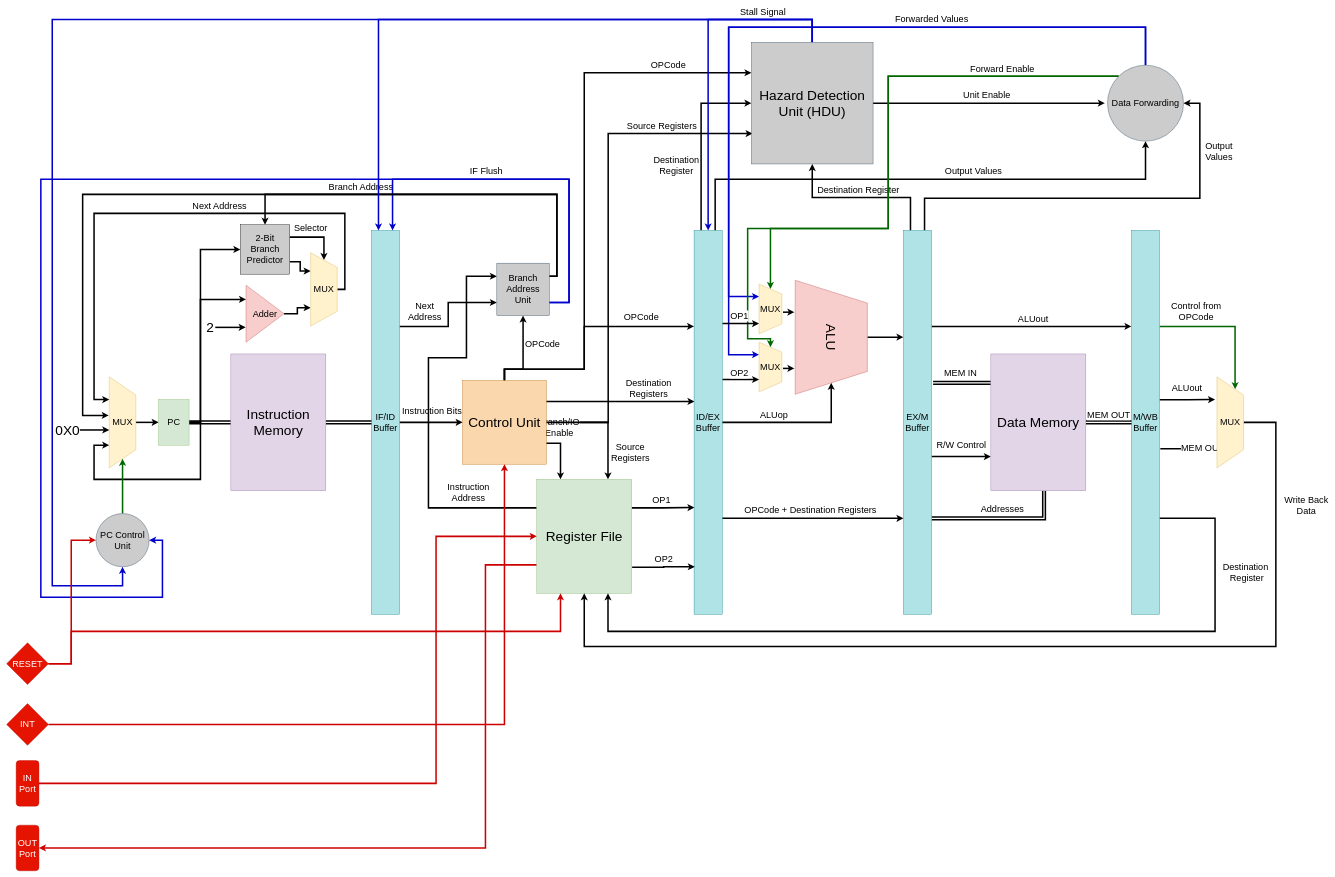
This is docs/overall_system.drawio from mido3ds/pipeline-risc-cpu, a draw.io file, before an edit. Source tidied: cells renumbered, new cells numbered last; positions are measured from the earlier drawing's top-left corner, leaving out a move shared by most shapes. Both pictures are drawn from the tidied source at 38%, with x=0, y=0 at pixel (6, 19).
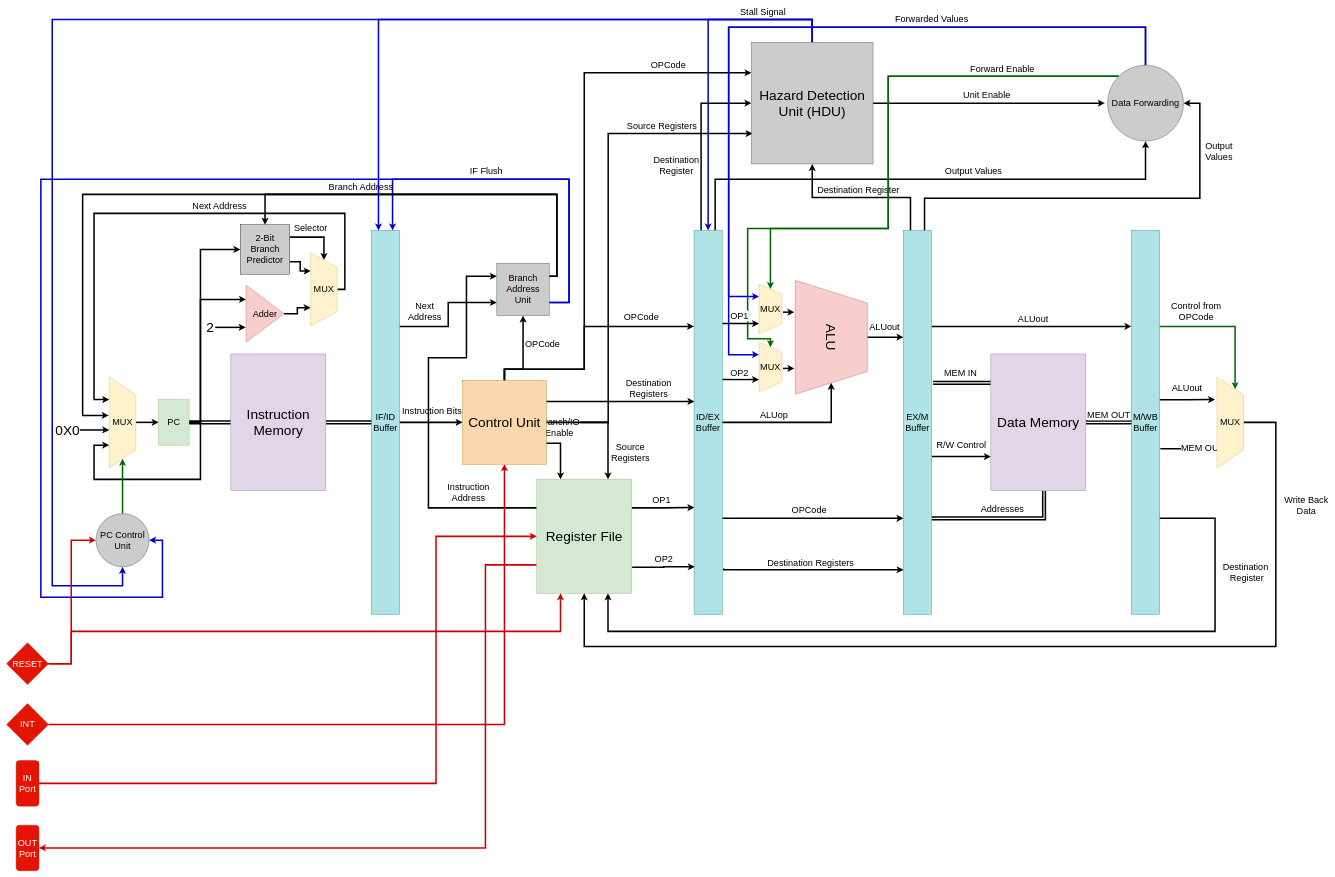
Above is the later version.

Commit message:
rewiring execute stage

Unchanged cells that the change refers to:
```xml
<mxCell id="34" style="edgeStyle=orthogonalEdgeStyle;rounded=0;jettySize=auto;html=1;exitX=1;exitY=0.75;exitDx=0;exitDy=0;entryX=0;entryY=0.75;entryDx=0;entryDy=0;fillColor=none;strokeWidth=4;" parent="1" edge="1" source="38" target="54">
  <mxGeometry relative="1" as="geometry" />
</mxCell>
<mxCell id="38" value="&lt;font style=&quot;font-size: 24px&quot;&gt;ID/EX Buffer&lt;/font&gt;" style="rounded=0;whiteSpace=wrap;html=1;fillColor=#b0e3e6;strokeColor=#0e8088;" parent="1" vertex="1">
  <mxGeometry x="1809" y="555" width="74" height="1010" as="geometry" />
</mxCell>
<mxCell id="46" value="&lt;font style=&quot;font-size: 36px&quot;&gt;ALU&lt;/font&gt;" style="shape=trapezoid;perimeter=trapezoidPerimeter;whiteSpace=wrap;html=1;rotation=90;fillColor=#f8cecc;strokeColor=#b85450;" parent="1" vertex="1">
  <mxGeometry x="2020" y="741" width="300" height="190" as="geometry" />
</mxCell>
<mxCell id="54" value="&lt;font style=&quot;font-size: 24px&quot;&gt;EX/M&lt;br&gt;Buffer&lt;/font&gt;" style="rounded=0;whiteSpace=wrap;html=1;fillColor=#b0e3e6;strokeColor=#0e8088;" parent="1" vertex="1">
  <mxGeometry x="2360" y="555" width="74" height="1010" as="geometry" />
</mxCell>
```

Diff of the diagram source:
```diff
@@
-    <mxCell id="35" value="&lt;font style=&quot;font-size: 24px&quot;&gt;OPCode + Destination Registers&lt;/font&gt;" style="text;html=1;align=center;verticalAlign=middle;labelBackgroundColor=#ffffff;" parent="34" vertex="1">
+    <mxCell id="35" value="&lt;font style=&quot;font-size: 24px&quot;&gt;OPCode&amp;nbsp;&lt;/font&gt;" style="text;html=1;align=center;verticalAlign=middle;labelBackgroundColor=#ffffff;" parent="34" vertex="1">
       <mxGeometry x="-0.18" y="-9" relative="1" as="geometry">
         <mxPoint x="35" y="-31.5" as="offset" />
       </mxGeometry>
     </mxCell>
@@
+    <mxCell id="98" style="edgeStyle=orthogonalEdgeStyle;rounded=0;jettySize=auto;html=1;exitX=1.054;exitY=0.881;exitDx=0;exitDy=0;entryX=0.005;entryY=0.884;entryDx=0;entryDy=0;strokeColor=#000000;strokeWidth=4;exitPerimeter=0;entryPerimeter=0;" parent="1" edge="1" source="38" target="54">
+      <mxGeometry relative="1" as="geometry">
+        <Array as="points">
+          <mxPoint x="1887" y="1448" />
+        </Array>
+      </mxGeometry>
+    </mxCell>
@@
-    <mxCell id="45" style="edgeStyle=orthogonalEdgeStyle;rounded=0;jettySize=auto;html=1;exitX=0.5;exitY=0;exitDx=0;exitDy=0;fillColor=none;entryX=0;entryY=0.278;entryDx=0;entryDy=0;entryPerimeter=0;strokeWidth=4;" parent="1" edge="1" source="46" target="54">
-      <mxGeometry relative="1" as="geometry" />
+    <mxCell id="45" value="&lt;font style=&quot;font-size: 24px&quot;&gt;ALUout&lt;/font&gt;" style="edgeStyle=orthogonalEdgeStyle;rounded=0;jettySize=auto;html=1;exitX=0.5;exitY=0;exitDx=0;exitDy=0;fillColor=none;entryX=0;entryY=0.278;entryDx=0;entryDy=0;entryPerimeter=0;strokeWidth=4;" parent="1" edge="1" source="46" target="54">
+      <mxGeometry y="26" relative="1" as="geometry">
+        <mxPoint x="-3" as="offset" />
+      </mxGeometry>
     </mxCell>
@@
+    <mxCell id="99" value="&lt;font style=&quot;font-size: 24px&quot;&gt;Destination Registers&lt;/font&gt;" style="text;html=1;" parent="1" vertex="1">
+      <mxGeometry x="2000" y="1410" width="140" height="30" as="geometry" />
+    </mxCell>
```
